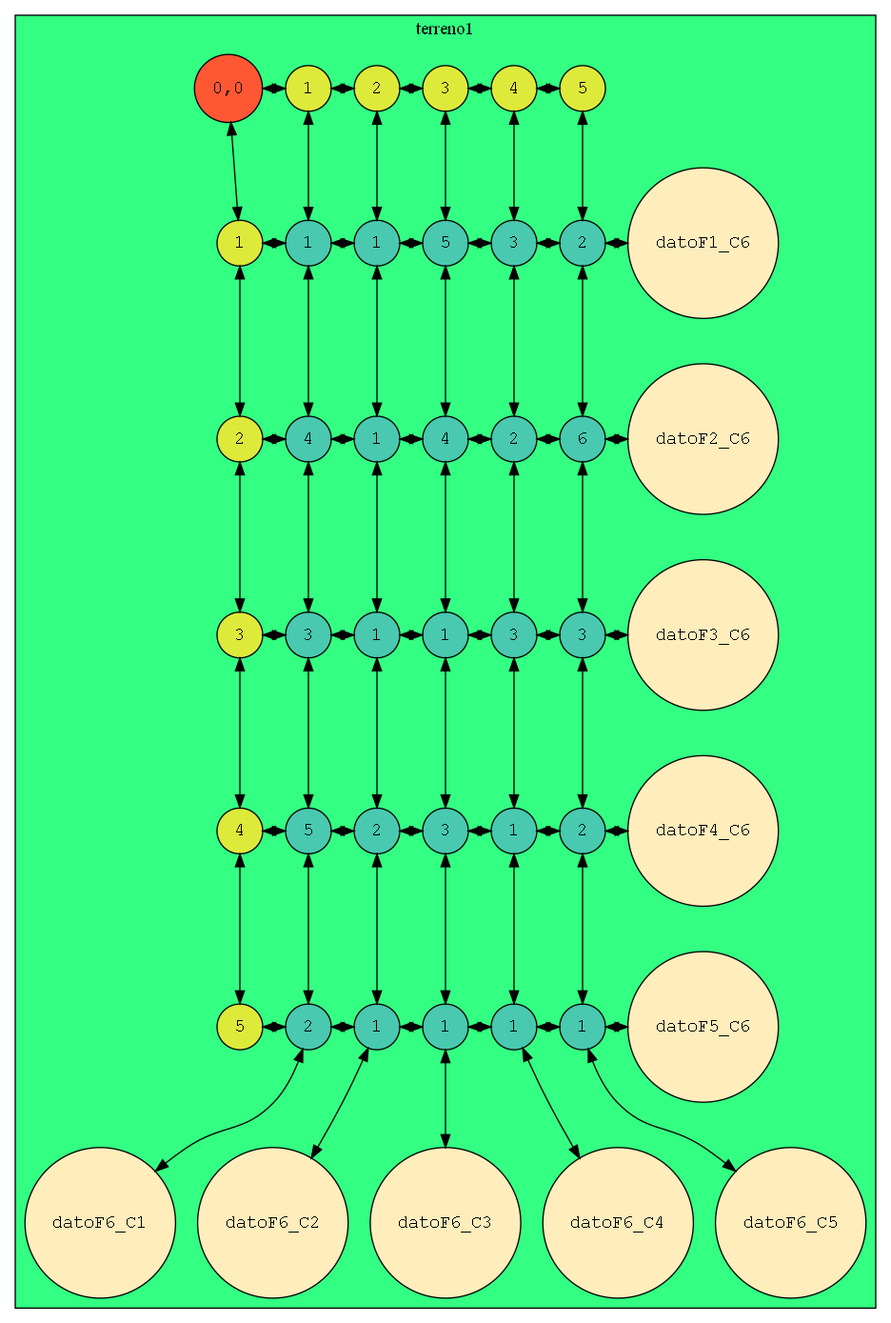
This is graphviz.png from 201807066/IPC2_proyecto1_201807066, a Graphviz export, as it was before one commit. Its source is kept beside it as graphviz.dot.
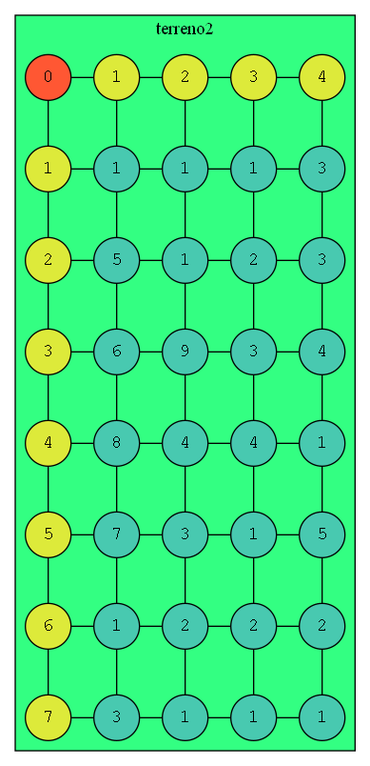
After the change.

Commit message:
Creación del grafico del terreno por graphviz listo y corregido

Change to the diagram source:
```diff
@@ -1,130 +1,130 @@
 digraph Matriz{
 node[shape=circle fontname=courier fillcolor="#FFEDBB" style=filled]
 subgraph cluster{
-root[label="0,0", fillcolor="#FF5733"]
-label=terreno1
+root[label="0", fillcolor="#FF5733"]
+label=terreno2
 bgcolor = "#33FF82"
-edge[dir="both"]
+edge[dir="none"]
 F1[label="1", group = 1, fillcolor = "#DDEA3A"]
 F2[label="2", group = 1, fillcolor = "#DDEA3A"]
 F3[label="3", group = 1, fillcolor = "#DDEA3A"]
 F4[label="4", group = 1, fillcolor = "#DDEA3A"]
 F5[label="5", group = 1, fillcolor = "#DDEA3A"]
+F6[label="6", group = 1, fillcolor = "#DDEA3A"]
+F7[label="7", group = 1, fillcolor = "#DDEA3A"]
 F1->F2
 F2->F3
 F3->F4
 F4->F5
+F5->F6
+F6->F7
 C1[label="1", group = 2, fillcolor = "#DDEA3A"]
 C2[label="2", group = 3, fillcolor = "#DDEA3A"]
 C3[label="3", group = 4, fillcolor = "#DDEA3A"]
 C4[label="4", group = 5, fillcolor = "#DDEA3A"]
-C5[label="5", group = 6, fillcolor = "#DDEA3A"]
 C1->C2
 C2->C3
 C3->C4
-C4->C5
 root -> F1
 root -> C1
-{rank=same; root, C1, C2, C3, C4, C5}
+{rank=same; root, C1, C2, C3, C4}
 datoF1_C1[label="1", group = 2 , fillcolor = "#48C9B0"]
 datoF1_C2[label="1", group = 3 , fillcolor = "#48C9B0"]
-datoF1_C3[label="5", group = 4 , fillcolor = "#48C9B0"]
+datoF1_C3[label="1", group = 4 , fillcolor = "#48C9B0"]
 datoF1_C4[label="3", group = 5 , fillcolor = "#48C9B0"]
-datoF1_C5[label="2", group = 6 , fillcolor = "#48C9B0"]
-datoF2_C1[label="4", group = 2 , fillcolor = "#48C9B0"]
+datoF2_C1[label="5", group = 2 , fillcolor = "#48C9B0"]
 datoF2_C2[label="1", group = 3 , fillcolor = "#48C9B0"]
-datoF2_C3[label="4", group = 4 , fillcolor = "#48C9B0"]
-datoF2_C4[label="2", group = 5 , fillcolor = "#48C9B0"]
-datoF2_C5[label="6", group = 6 , fillcolor = "#48C9B0"]
-datoF3_C1[label="3", group = 2 , fillcolor = "#48C9B0"]
-datoF3_C2[label="1", group = 3 , fillcolor = "#48C9B0"]
-datoF3_C3[label="1", group = 4 , fillcolor = "#48C9B0"]
-datoF3_C4[label="3", group = 5 , fillcolor = "#48C9B0"]
-datoF3_C5[label="3", group = 6 , fillcolor = "#48C9B0"]
-datoF4_C1[label="5", group = 2 , fillcolor = "#48C9B0"]
-datoF4_C2[label="2", group = 3 , fillcolor = "#48C9B0"]
-datoF4_C3[label="3", group = 4 , fillcolor = "#48C9B0"]
+datoF2_C3[label="2", group = 4 , fillcolor = "#48C9B0"]
+datoF2_C4[label="3", group = 5 , fillcolor = "#48C9B0"]
+datoF3_C1[label="6", group = 2 , fillcolor = "#48C9B0"]
+datoF3_C2[label="9", group = 3 , fillcolor = "#48C9B0"]
+datoF3_C3[label="3", group = 4 , fillcolor = "#48C9B0"]
+datoF3_C4[label="4", group = 5 , fillcolor = "#48C9B0"]
+datoF4_C1[label="8", group = 2 , fillcolor = "#48C9B0"]
+datoF4_C2[label="4", group = 3 , fillcolor = "#48C9B0"]
+datoF4_C3[label="4", group = 4 , fillcolor = "#48C9B0"]
 datoF4_C4[label="1", group = 5 , fillcolor = "#48C9B0"]
-datoF4_C5[label="2", group = 6 , fillcolor = "#48C9B0"]
-datoF5_C1[label="2", group = 2 , fillcolor = "#48C9B0"]
-datoF5_C2[label="1", group = 3 , fillcolor = "#48C9B0"]
+datoF5_C1[label="7", group = 2 , fillcolor = "#48C9B0"]
+datoF5_C2[label="3", group = 3 , fillcolor = "#48C9B0"]
 datoF5_C3[label="1", group = 4 , fillcolor = "#48C9B0"]
-datoF5_C4[label="1", group = 5 , fillcolor = "#48C9B0"]
-datoF5_C5[label="1", group = 6 , fillcolor = "#48C9B0"]
+datoF5_C4[label="5", group = 5 , fillcolor = "#48C9B0"]
+datoF6_C1[label="1", group = 2 , fillcolor = "#48C9B0"]
+datoF6_C2[label="2", group = 3 , fillcolor = "#48C9B0"]
+datoF6_C3[label="2", group = 4 , fillcolor = "#48C9B0"]
+datoF6_C4[label="2", group = 5 , fillcolor = "#48C9B0"]
+datoF7_C1[label="3", group = 2 , fillcolor = "#48C9B0"]
+datoF7_C2[label="1", group = 3 , fillcolor = "#48C9B0"]
+datoF7_C3[label="1", group = 4 , fillcolor = "#48C9B0"]
+datoF7_C4[label="1", group = 5 , fillcolor = "#48C9B0"]
 
 F1 -> datoF1_C1
 datoF1_C1 -> datoF1_C2
 datoF1_C2 -> datoF1_C3
 datoF1_C3 -> datoF1_C4
-datoF1_C4 -> datoF1_C5
-datoF1_C5 -> datoF1_C6
 
 F2 -> datoF2_C1
 datoF2_C1 -> datoF2_C2
 datoF2_C2 -> datoF2_C3
 datoF2_C3 -> datoF2_C4
-datoF2_C4 -> datoF2_C5
-datoF2_C5 -> datoF2_C6
 
 F3 -> datoF3_C1
 datoF3_C1 -> datoF3_C2
 datoF3_C2 -> datoF3_C3
 datoF3_C3 -> datoF3_C4
-datoF3_C4 -> datoF3_C5
-datoF3_C5 -> datoF3_C6
 
 F4 -> datoF4_C1
 datoF4_C1 -> datoF4_C2
 datoF4_C2 -> datoF4_C3
 datoF4_C3 -> datoF4_C4
-datoF4_C4 -> datoF4_C5
-datoF4_C5 -> datoF4_C6
 
 F5 -> datoF5_C1
 datoF5_C1 -> datoF5_C2
 datoF5_C2 -> datoF5_C3
 datoF5_C3 -> datoF5_C4
-datoF5_C4 -> datoF5_C5
-datoF5_C5 -> datoF5_C6
 
-{rank = same; F1, datoF1_C1, datoF1_C2, datoF1_C3, datoF1_C4, datoF1_C5, datoF1_C6}
-{rank = same; F2, datoF2_C1, datoF2_C2, datoF2_C3, datoF2_C4, datoF2_C5, datoF2_C6}
-{rank = same; F3, datoF3_C1, datoF3_C2, datoF3_C3, datoF3_C4, datoF3_C5, datoF3_C6}
-{rank = same; F4, datoF4_C1, datoF4_C2, datoF4_C3, datoF4_C4, datoF4_C5, datoF4_C6}
-{rank = same; F5, datoF5_C1, datoF5_C2, datoF5_C3, datoF5_C4, datoF5_C5, datoF5_C6}
-C1 -> datoF1_C1
+F6 -> datoF6_C1
+datoF6_C1 -> datoF6_C2
+datoF6_C2 -> datoF6_C3
+datoF6_C3 -> datoF6_C4
+
+F7 -> datoF7_C1
+datoF7_C1 -> datoF7_C2
+datoF7_C2 -> datoF7_C3
+datoF7_C3 -> datoF7_C4
+
+{rank = same; F1, datoF1_C1, datoF1_C2, datoF1_C3, datoF1_C4}
+{rank = same; F2, datoF2_C1, datoF2_C2, datoF2_C3, datoF2_C4}
+{rank = same; F3, datoF3_C1, datoF3_C2, datoF3_C3, datoF3_C4}
+{rank = same; F4, datoF4_C1, datoF4_C2, datoF4_C3, datoF4_C4}
+{rank = same; F5, datoF5_C1, datoF5_C2, datoF5_C3, datoF5_C4}
+{rank = same; F6, datoF6_C1, datoF6_C2, datoF6_C3, datoF6_C4}
+{rank = same; F7, datoF7_C1, datoF7_C2, datoF7_C3, datoF7_C4}C1 -> datoF1_C1
 datoF1_C1 -> datoF2_C1
 datoF2_C1 -> datoF3_C1
 datoF3_C1 -> datoF4_C1
 datoF4_C1 -> datoF5_C1
 datoF5_C1 -> datoF6_C1
-
+datoF6_C1 -> datoF7_C1
 C2 -> datoF1_C2
 datoF1_C2 -> datoF2_C2
 datoF2_C2 -> datoF3_C2
 datoF3_C2 -> datoF4_C2
 datoF4_C2 -> datoF5_C2
 datoF5_C2 -> datoF6_C2
-
+datoF6_C2 -> datoF7_C2
 C3 -> datoF1_C3
 datoF1_C3 -> datoF2_C3
 datoF2_C3 -> datoF3_C3
 datoF3_C3 -> datoF4_C3
 datoF4_C3 -> datoF5_C3
 datoF5_C3 -> datoF6_C3
-
+datoF6_C3 -> datoF7_C3
 C4 -> datoF1_C4
 datoF1_C4 -> datoF2_C4
 datoF2_C4 -> datoF3_C4
 datoF3_C4 -> datoF4_C4
 datoF4_C4 -> datoF5_C4
 datoF5_C4 -> datoF6_C4
-
-C5 -> datoF1_C5
-datoF1_C5 -> datoF2_C5
-datoF2_C5 -> datoF3_C5
-datoF3_C5 -> datoF4_C5
-datoF4_C5 -> datoF5_C5
-datoF5_C5 -> datoF6_C5
+datoF6_C4 -> datoF7_C4
 }
 }
```
